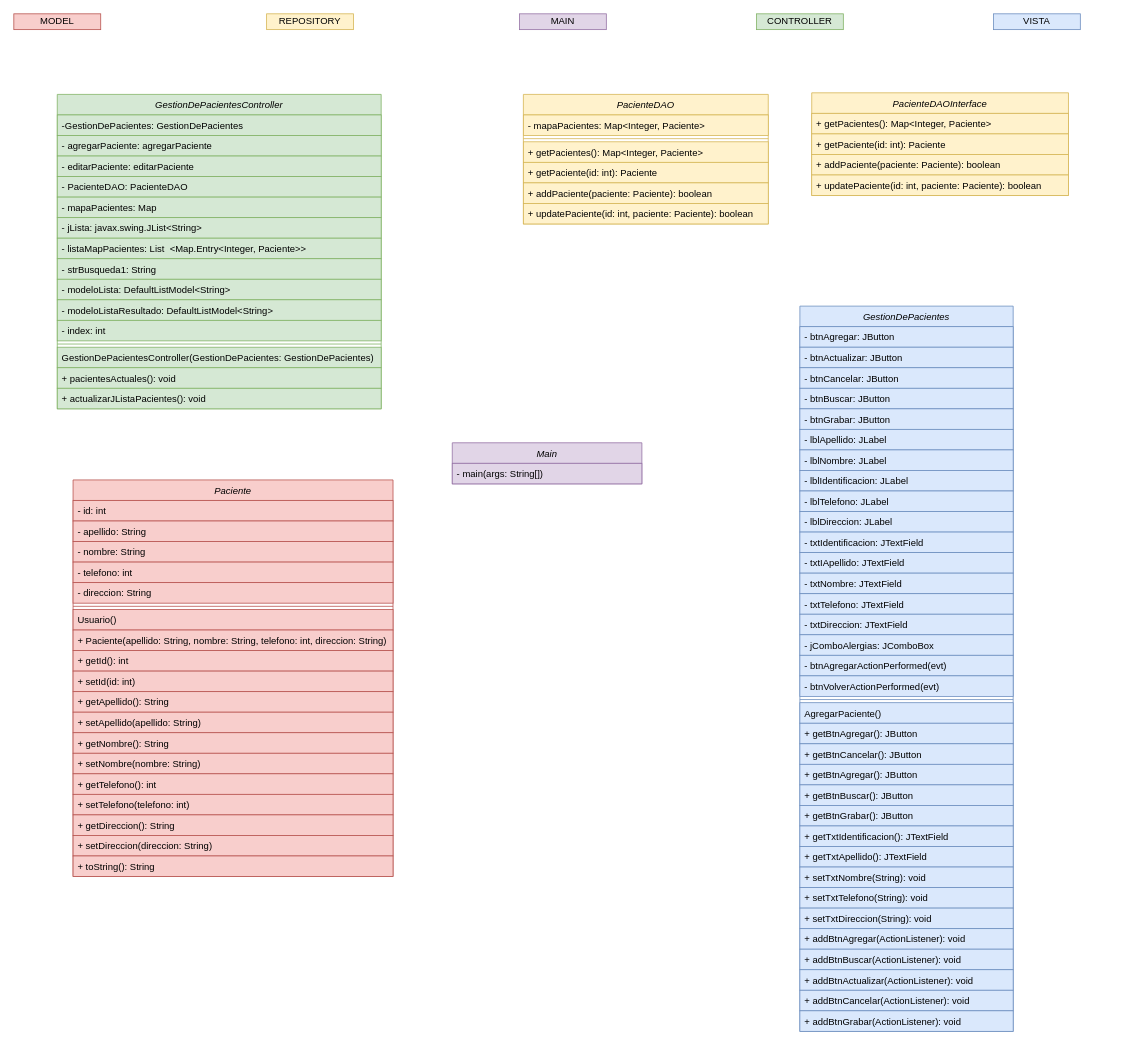
This is Parcial.drawio from 18luisc/Parcial, a draw.io file, before an edit. Source tidied: cells renumbered, new cells numbered last; positions are measured from the earlier drawing's top-left corner, leaving out a move shared by most shapes. Both pictures are drawn from the tidied source at 79%, with x=0, y=0 at pixel (13, 13).
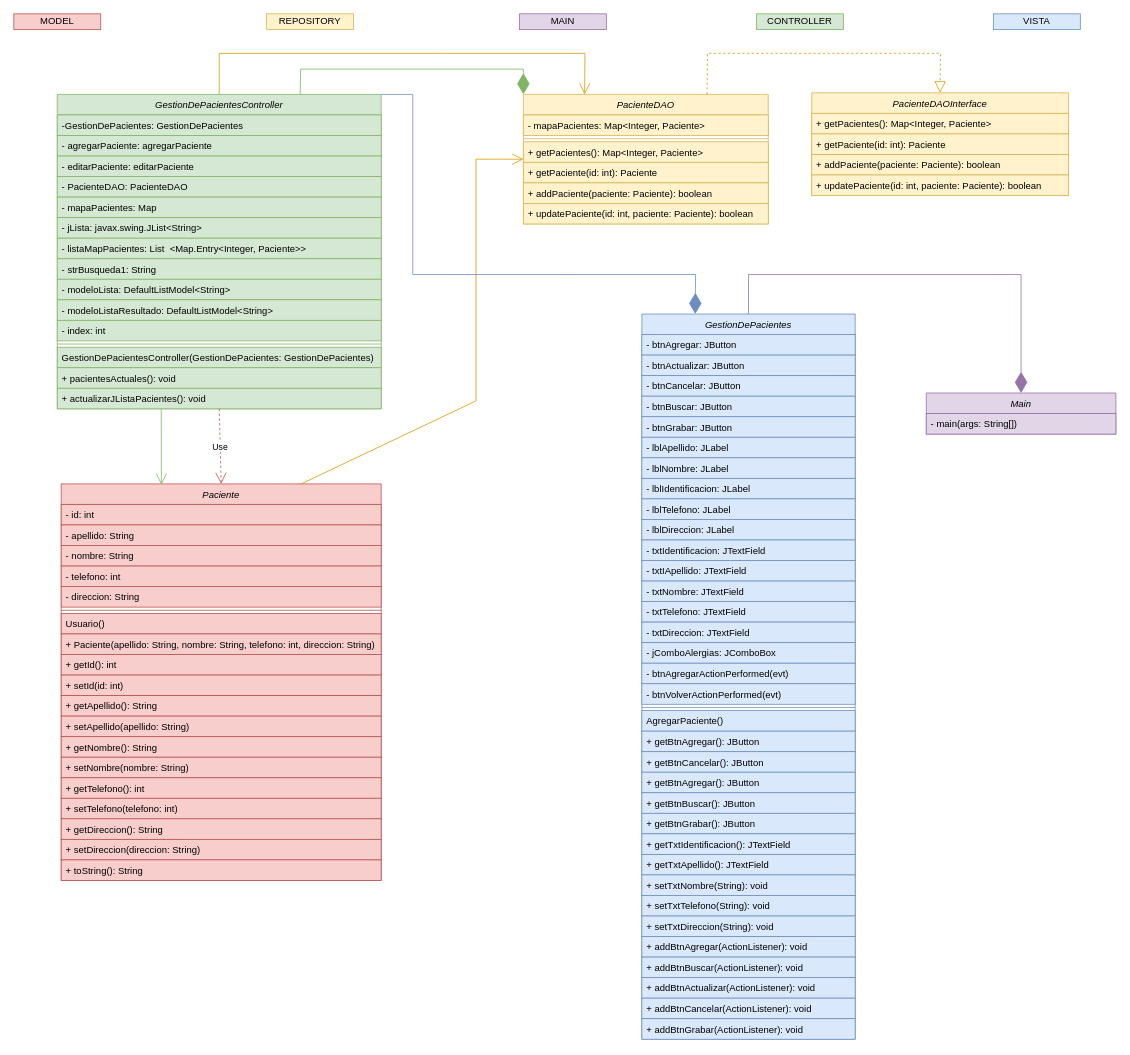
Above is the later version.

Commit message:
Adición de Conexiones entre Clases

The change refers to these unchanged cells:
```xml
<mxCell id="2" value="PacienteDAO" style="swimlane;fontStyle=2;align=center;verticalAlign=top;horizontal=1;startSize=26;rounded=0;shadow=0;strokeWidth=1;fillColor=#fff2cc;strokeColor=#d6b656;" parent="1" vertex="1">
  <mxGeometry x="645" y="102" width="310" height="164" as="geometry" />
</mxCell>
<mxCell id="34" value="GestionDePacientesController" style="swimlane;fontStyle=2;align=center;verticalAlign=top;horizontal=1;startSize=26;rounded=0;shadow=0;strokeWidth=1;fillColor=#d5e8d4;strokeColor=#82b366;" parent="1" vertex="1">
  <mxGeometry x="55" y="102" width="410" height="398" as="geometry" />
</mxCell>
<mxCell id="49" value="+ actualizarJListaPacientes(): void" style="text;align=left;verticalAlign=top;spacingLeft=4;spacingRight=4;overflow=hidden;points=[[0,0.5],[1,0.5]];portConstraint=eastwest;fillColor=#d5e8d4;strokeColor=#82b366;" parent="34" vertex="1">
  <mxGeometry y="372" width="410" height="26" as="geometry" />
</mxCell>
<mxCell id="88" value="PacienteDAOInterface" style="swimlane;fontStyle=2;align=center;verticalAlign=top;horizontal=1;startSize=26;rounded=0;shadow=0;strokeWidth=1;fillColor=#fff2cc;strokeColor=#d6b656;" parent="1" vertex="1">
  <mxGeometry x="1010" y="100" width="325" height="130" as="geometry" />
</mxCell>
```

What changed in the source:
```diff
@@
     <mxCell id="14" value="Paciente" style="swimlane;fontStyle=2;align=center;verticalAlign=top;horizontal=1;startSize=26;rounded=0;shadow=0;strokeWidth=1;fillColor=#f8cecc;strokeColor=#b85450;" parent="1" vertex="1">
-      <mxGeometry x="75" y="590" width="405" height="502" as="geometry" />
+      <mxGeometry x="60" y="595" width="405" height="502" as="geometry" />
     </mxCell>
@@
     <mxCell id="50" value="GestionDePacientes" style="swimlane;fontStyle=2;align=center;verticalAlign=top;horizontal=1;startSize=26;rounded=0;shadow=0;strokeWidth=1;fillColor=#dae8fc;strokeColor=#6c8ebf;" parent="1" vertex="1">
-      <mxGeometry x="995" y="370" width="270" height="918" as="geometry" />
+      <mxGeometry x="795" y="380" width="270" height="918" as="geometry" />
     </mxCell>
@@
     <mxCell id="86" value="Main                   " style="swimlane;fontStyle=2;align=center;verticalAlign=top;horizontal=1;startSize=26;rounded=0;shadow=0;strokeWidth=1;fillColor=#e1d5e7;strokeColor=#9673a6;" parent="1" vertex="1">
-      <mxGeometry x="555" y="543" width="240" height="52" as="geometry" />
+      <mxGeometry x="1155" y="480" width="240" height="52" as="geometry" />
     </mxCell>
@@
+    <mxCell id="93" style="endArrow=block;dashed=1;endFill=0;endSize=12;html=1;rounded=0;fillColor=#ffe6cc;strokeColor=#d79b00;exitX=0.75;exitY=0;exitDx=0;exitDy=0;entryX=0.5;entryY=0;entryDx=0;entryDy=0;" parent="1" edge="1" source="2" target="88">
+      <mxGeometry relative="1" as="geometry">
+        <Array as="points">
+          <mxPoint x="878" y="50" />
+          <mxPoint x="1173" y="50" />
+        </Array>
+      </mxGeometry>
+    </mxCell>
+    <mxCell id="94" style="endArrow=diamondThin;endFill=1;endSize=24;html=1;rounded=0;exitX=0.5;exitY=0;exitDx=0;exitDy=0;entryX=0.5;entryY=0;entryDx=0;entryDy=0;fillColor=#e1d5e7;strokeColor=#9673a6;" parent="1" edge="1" source="50" target="86">
+      <mxGeometry relative="1" as="geometry">
+        <Array as="points">
+          <mxPoint x="930" y="330" />
+          <mxPoint x="1275" y="330" />
+        </Array>
+      </mxGeometry>
+    </mxCell>
+    <mxCell id="95" style="endArrow=open;endFill=1;endSize=12;html=1;rounded=0;exitX=0.5;exitY=0;exitDx=0;exitDy=0;entryX=0.25;entryY=0;entryDx=0;entryDy=0;fillColor=#ffe6cc;strokeColor=#d79b00;" parent="1" edge="1" source="34" target="2">
+      <mxGeometry relative="1" as="geometry">
+        <Array as="points">
+          <mxPoint x="260" y="50" />
+          <mxPoint x="545" y="50" />
+          <mxPoint x="723" y="50" />
+        </Array>
+      </mxGeometry>
+    </mxCell>
+    <mxCell id="96" value="Use" style="endArrow=open;endSize=12;dashed=1;html=1;rounded=0;entryX=0.5;entryY=0;entryDx=0;entryDy=0;fillColor=#f8cecc;strokeColor=#b85450;exitX=0.5;exitY=1;exitDx=0;exitDy=0;" parent="1" edge="1" source="34" target="14">
+      <mxGeometry relative="1" as="geometry" />
+    </mxCell>
+    <mxCell id="97" style="endArrow=open;endFill=1;endSize=12;html=1;rounded=0;exitX=0.75;exitY=0;exitDx=0;exitDy=0;entryX=0;entryY=0.5;entryDx=0;entryDy=0;fillColor=#ffe6cc;strokeColor=#d79b00;" parent="1" edge="1" source="14" target="2">
+      <mxGeometry relative="1" as="geometry">
+        <Array as="points">
+          <mxPoint x="585" y="490" />
+          <mxPoint x="585" y="184" />
+        </Array>
+      </mxGeometry>
+    </mxCell>
+    <mxCell id="98" style="endArrow=diamondThin;endFill=1;endSize=24;html=1;rounded=0;entryX=0;entryY=0;entryDx=0;entryDy=0;fillColor=#d5e8d4;strokeColor=#82b366;exitX=0.75;exitY=0;exitDx=0;exitDy=0;" parent="1" edge="1" source="34" target="2">
+      <mxGeometry relative="1" as="geometry">
+        <Array as="points">
+          <mxPoint x="363" y="70" />
+          <mxPoint x="645" y="70" />
+        </Array>
+      </mxGeometry>
+    </mxCell>
+    <mxCell id="99" style="endArrow=diamondThin;endFill=1;endSize=24;html=1;rounded=0;exitX=1;exitY=0;exitDx=0;exitDy=0;entryX=0.25;entryY=0;entryDx=0;entryDy=0;fillColor=#dae8fc;strokeColor=#6c8ebf;" parent="1" edge="1" source="34" target="50">
+      <mxGeometry relative="1" as="geometry">
+        <Array as="points">
+          <mxPoint x="505" y="102" />
+          <mxPoint x="505" y="330" />
+          <mxPoint x="705" y="330" />
+          <mxPoint x="863" y="330" />
+        </Array>
+      </mxGeometry>
+    </mxCell>
+    <mxCell id="100" style="endArrow=open;endFill=1;endSize=12;html=1;rounded=0;exitX=0.321;exitY=1;exitDx=0;exitDy=0;entryX=0.313;entryY=0.002;entryDx=0;entryDy=0;fillColor=#d5e8d4;strokeColor=#82b366;entryPerimeter=0;exitPerimeter=0;" parent="1" edge="1" source="49" target="14">
+      <mxGeometry relative="1" as="geometry" />
+    </mxCell>
```
